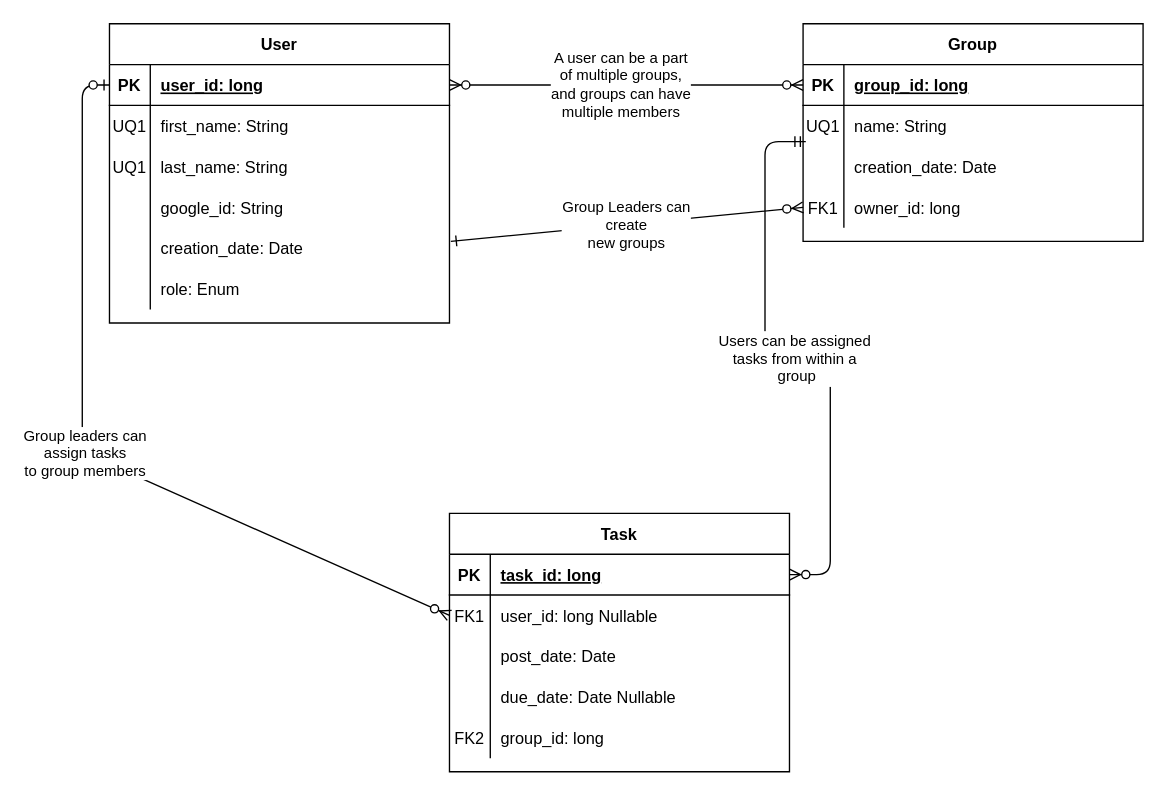
Before: docs/work/capstone-erd.drawio in team-assignments/team-assignments.github.io, a draw.io diagram. Source tidied: cells renumbered, new cells numbered last; positions are measured from the earlier drawing's top-left corner, leaving out a move shared by most shapes. Both pictures are drawn from the tidied source at 136%, with x=0, y=0 at pixel (82, 23).
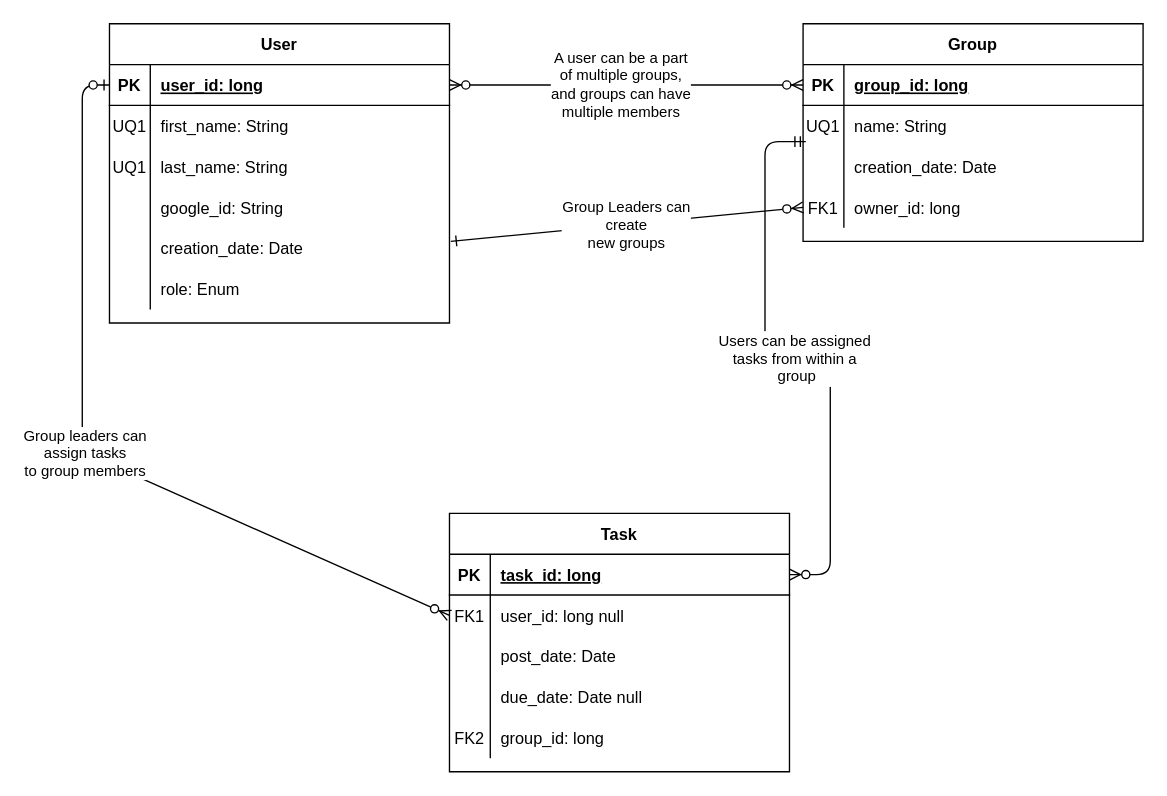
Above is the later version.

The change refers to these unchanged cells:
```xml
<mxCell id="23" style="shape=partialRectangle;fillColor=none;points=[[0,0.5],[1,0.5]];portConstraint=eastwest;top=0;left=0;right=0;bottom=0;" parent="19" vertex="1">
  <mxGeometry y="60" width="250" height="30" as="geometry" />
</mxCell>
<mxCell id="29" style="shape=partialRectangle;fillColor=none;top=0;left=0;right=0;bottom=0;" parent="19" vertex="1">
  <mxGeometry y="120" width="250" height="30" as="geometry" />
</mxCell>
```

Change to the diagram source:
```diff
@@
-    <mxCell id="25" value="user_id: long Nullable" style="shape=partialRectangle;overflow=hidden;fillColor=none;top=0;left=0;bottom=0;right=0;align=left;spacingLeft=6;" parent="23" vertex="1">
+    <mxCell id="25" value="user_id: long null" style="shape=partialRectangle;overflow=hidden;fillColor=none;top=0;left=0;bottom=0;right=0;align=left;spacingLeft=6;" parent="23" vertex="1">
       <mxGeometry x="30" width="220" height="30" as="geometry" />
     </mxCell>
@@
-    <mxCell id="31" value="due_date: Date Nullable" style="shape=partialRectangle;overflow=hidden;fillColor=none;top=0;left=0;bottom=0;right=0;align=left;spacingLeft=6;" parent="29" vertex="1">
+    <mxCell id="31" value="due_date: Date null" style="shape=partialRectangle;overflow=hidden;fillColor=none;top=0;left=0;bottom=0;right=0;align=left;spacingLeft=6;" parent="29" vertex="1">
       <mxGeometry x="30" width="220" height="30" as="geometry" />
     </mxCell>
```
